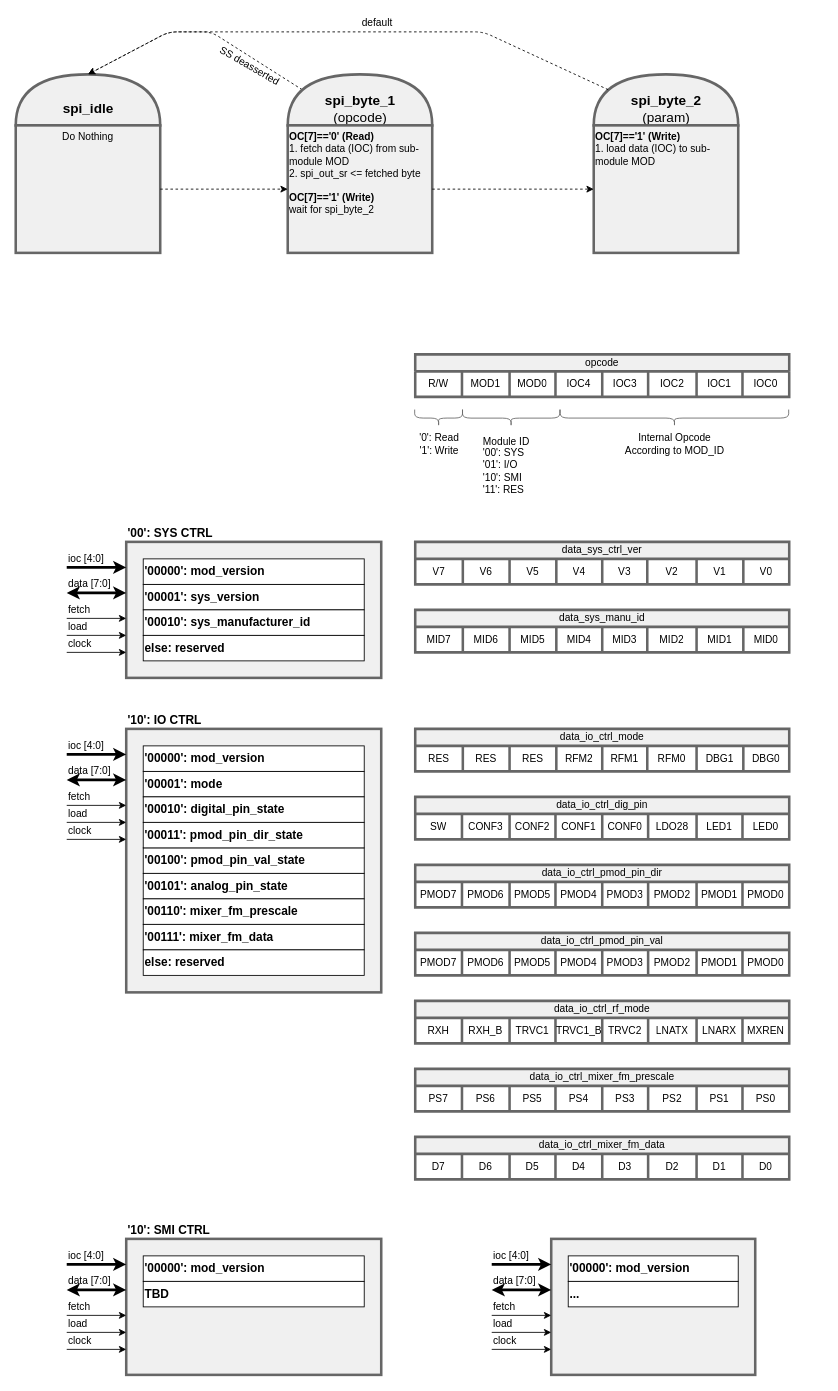
Above: page "SPI" (3 of 3) of docs/fpga/FPGA_diagram.drawio in cariboulabs/cariboulite (draw.io), before the change. Source tidied: cells renumbered, new cells numbered last; positions are measured from the earlier drawing's top-left corner, leaving out a move shared by most shapes. Both pictures are drawn from the tidied source at 85%, with x=0, y=0 at pixel (15, 14).
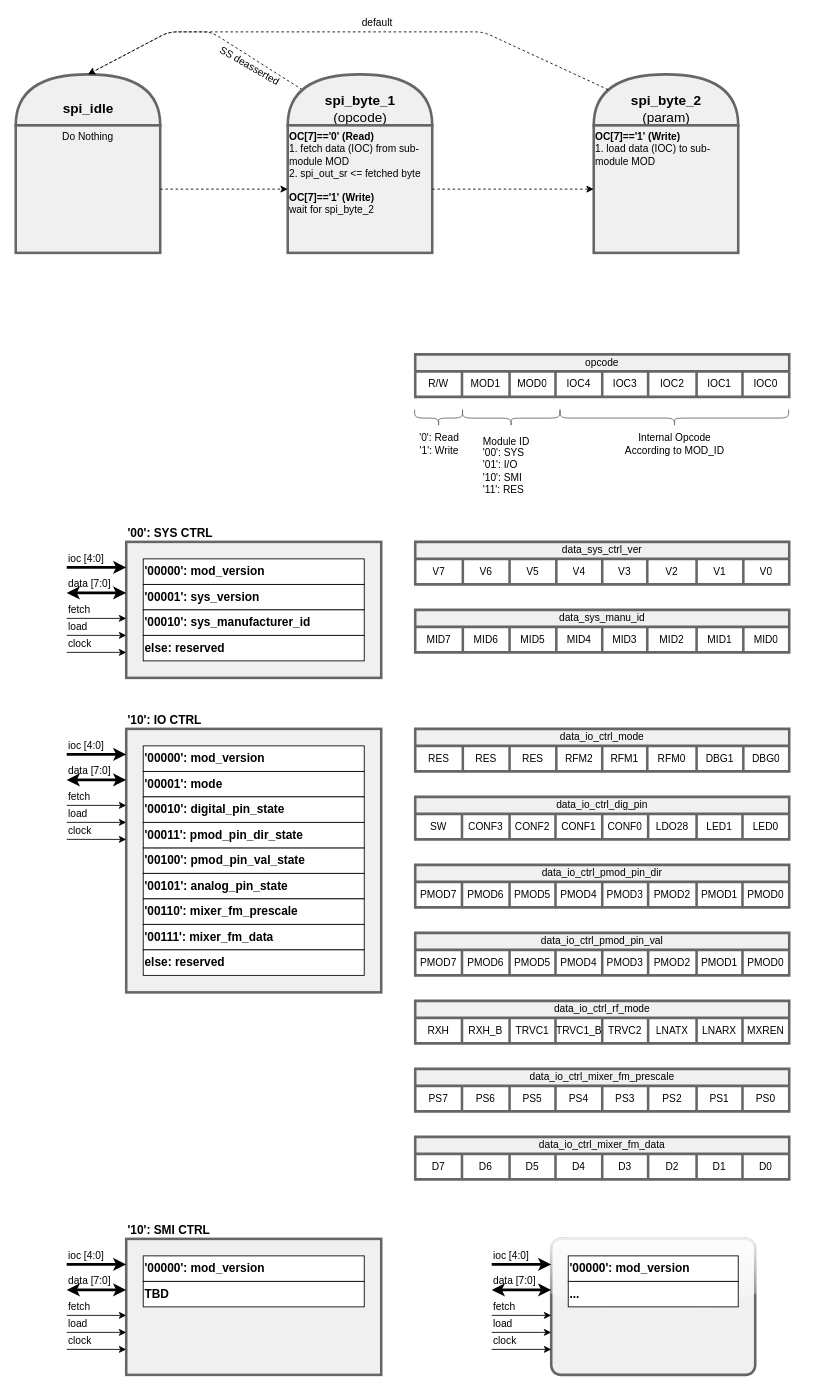
After the change.

Diff of the diagram source:
```diff
@@
-    <mxCell id="177" style="rounded=0;whiteSpace=wrap;html=1;labelBackgroundColor=none;strokeColor=#666666;strokeWidth=3;fillColor=#F0F0F0;fontSize=14;align=center;verticalAlign=middle;fontStyle=1;" parent="1" vertex="1">
+    <mxCell id="177" style="rounded=1;whiteSpace=wrap;html=1;labelBackgroundColor=none;strokeColor=#666666;strokeWidth=3;fillColor=#F0F0F0;fontSize=14;align=center;verticalAlign=middle;fontStyle=1;glass=1;arcSize=7;" parent="1" vertex="1">
       <mxGeometry x="630" y="1440" width="240" height="160" as="geometry" />
     </mxCell>
```
